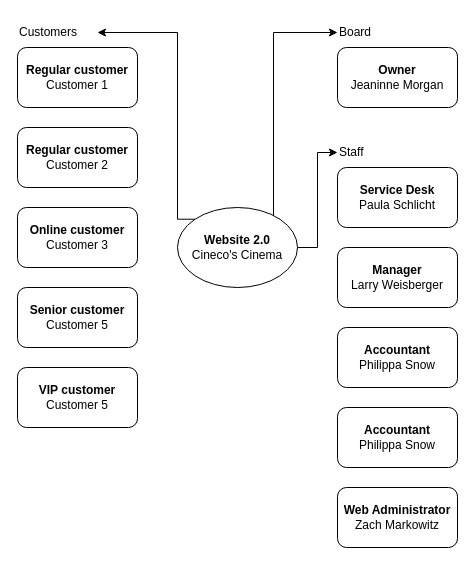
The draw.io diagram Cinecos Cinema Stakeholdermap.drawio in BasGosman-Calco/Business-Analyses, before the edit. Source tidied: cells renumbered, new cells numbered last; positions are measured from the earlier drawing's top-left corner, leaving out a move shared by most shapes. Both pictures are drawn from the tidied source at 100%, with x=0, y=0 at pixel (17, 17).
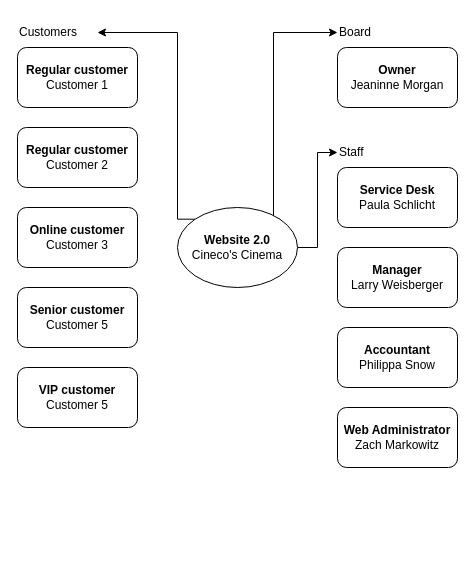
The same page after the edit.

What changed in the source:
```diff
@@
-    <mxCell id="14" value="&lt;div&gt;&lt;b&gt;Accountant&lt;/b&gt;&lt;/div&gt;&lt;div&gt;Philippa Snow&lt;br&gt;&lt;/div&gt;" style="rounded=1;whiteSpace=wrap;html=1;" parent="1" vertex="1">
-      <mxGeometry x="320" y="390" width="120" height="60" as="geometry" />
-    </mxCell>
@@
     <mxCell id="19" value="&lt;div&gt;&lt;b&gt;Web Administrator&lt;/b&gt;&lt;/div&gt;&lt;div&gt;Zach Markowitz&lt;br&gt;&lt;/div&gt;" style="rounded=1;whiteSpace=wrap;html=1;" parent="1" vertex="1">
-      <mxGeometry x="320" y="470" width="120" height="60" as="geometry" />
+      <mxGeometry x="320" y="390" width="120" height="60" as="geometry" />
     </mxCell>
```
